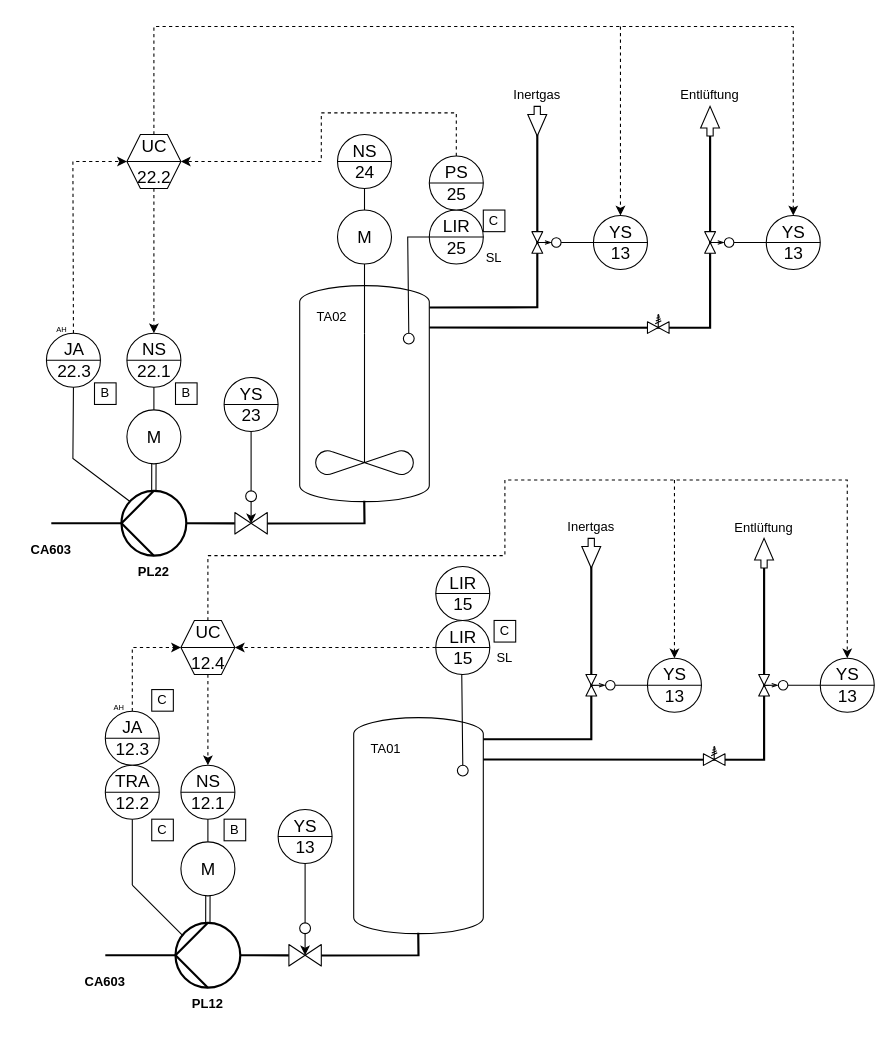
This is tanks.drawio from sid115/pltp-ri, a draw.io file, before an edit. Source tidied: cells renumbered, new cells numbered last; positions are measured from the earlier drawing's top-left corner, leaving out a move shared by most shapes. Both pictures are drawn from the tidied source at 108%, with x=0, y=0 at pixel (18, 26).
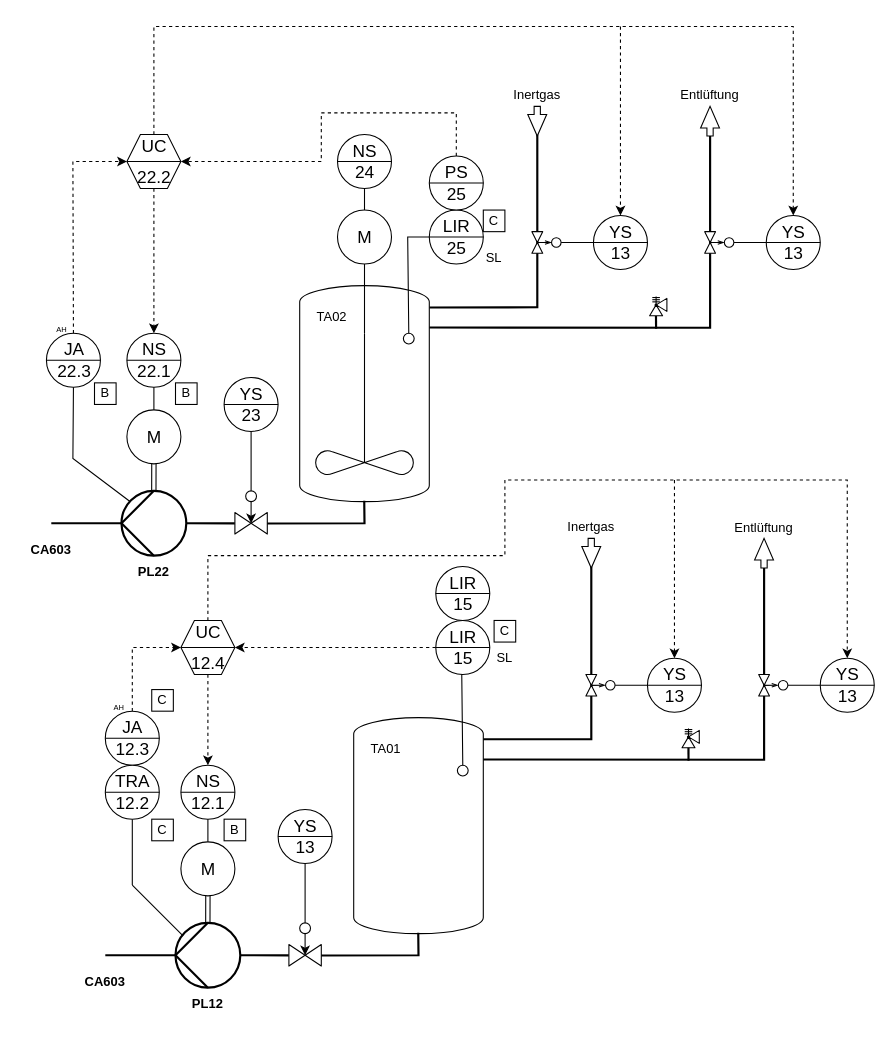
Above is the later version.

What changed in the source:
```diff
@@
-    <mxCell id="86" style="verticalLabelPosition=bottom;align=center;html=1;verticalAlign=top;dashed=0;shape=mxgraph.pid2valves.valve;valveType=gate;actuator=spring;" parent="1" vertex="1">
-      <mxGeometry x="633.8" y="666.2" width="20" height="18" as="geometry" />
-    </mxCell>
@@
-    <mxCell id="91" style="verticalLabelPosition=bottom;align=center;html=1;verticalAlign=top;dashed=0;shape=mxgraph.pid2valves.valve;valveType=gate;actuator=spring;" parent="1" vertex="1">
-      <mxGeometry x="582" y="266.2" width="20" height="18" as="geometry" />
-    </mxCell>
@@
+    <mxCell id="118" style="group;" parent="1" vertex="1">
+      <mxGeometry x="580" y="250" width="20" height="17.8" as="geometry" />
+    </mxCell>
+    <mxCell id="119" style="verticalLabelPosition=bottom;align=center;html=1;verticalAlign=top;dashed=0;shape=mxgraph.pid2valves.valve;valveType=angle;actuator=none;" parent="118" vertex="1">
+      <mxGeometry y="1.8" width="20" height="16" as="geometry" />
+    </mxCell>
+    <mxCell id="120" style="ellipse;whiteSpace=wrap;html=1;fillColor=#000000;gradientColor=default;" parent="118" vertex="1">
+      <mxGeometry x="9" y="7" width="2" height="2" as="geometry" />
+    </mxCell>
+    <mxCell id="121" style="endArrow=none;html=1;rounded=0;exitX=0.5;exitY=0;exitDx=0;exitDy=0;" parent="118" edge="1" source="120">
+      <mxGeometry relative="1" as="geometry">
+        <mxPoint x="10" as="targetPoint" />
+      </mxGeometry>
+    </mxCell>
+    <mxCell id="122" style="endArrow=none;html=1;rounded=0;" parent="118" edge="1">
+      <mxGeometry relative="1" as="geometry">
+        <mxPoint x="6.5" y="5" as="sourcePoint" />
+        <mxPoint x="13.5" y="5" as="targetPoint" />
+      </mxGeometry>
+    </mxCell>
+    <mxCell id="123" style="endArrow=none;html=1;rounded=0;" parent="118" edge="1">
+      <mxGeometry relative="1" as="geometry">
+        <mxPoint x="6.5" y="3" as="sourcePoint" />
+        <mxPoint x="13.5" y="3" as="targetPoint" />
+      </mxGeometry>
+    </mxCell>
+    <mxCell id="124" style="endArrow=none;html=1;rounded=0;" parent="118" edge="1">
+      <mxGeometry relative="1" as="geometry">
+        <mxPoint x="6.5" y="1" as="sourcePoint" />
+        <mxPoint x="13.5" y="1" as="targetPoint" />
+      </mxGeometry>
+    </mxCell>
+    <mxCell id="125" style="endArrow=none;html=1;rounded=0;entryX=0.494;entryY=1.014;entryDx=0;entryDy=0;entryPerimeter=0;strokeWidth=2;" parent="1" edge="1" target="119">
+      <mxGeometry relative="1" as="geometry">
+        <mxPoint x="590" y="280" as="sourcePoint" />
+      </mxGeometry>
+    </mxCell>
+    <mxCell id="126" style="group;" parent="1" vertex="1">
+      <mxGeometry x="610" y="650" width="20" height="17.8" as="geometry" />
+    </mxCell>
+    <mxCell id="127" style="verticalLabelPosition=bottom;align=center;html=1;verticalAlign=top;dashed=0;shape=mxgraph.pid2valves.valve;valveType=angle;actuator=none;" parent="126" vertex="1">
+      <mxGeometry y="1.8" width="20" height="16" as="geometry" />
+    </mxCell>
+    <mxCell id="128" style="ellipse;whiteSpace=wrap;html=1;fillColor=#000000;gradientColor=default;" parent="126" vertex="1">
+      <mxGeometry x="9" y="7" width="2" height="2" as="geometry" />
+    </mxCell>
+    <mxCell id="129" style="endArrow=none;html=1;rounded=0;exitX=0.5;exitY=0;exitDx=0;exitDy=0;" parent="126" edge="1" source="128">
+      <mxGeometry relative="1" as="geometry">
+        <mxPoint x="10" as="targetPoint" />
+      </mxGeometry>
+    </mxCell>
+    <mxCell id="130" style="endArrow=none;html=1;rounded=0;" parent="126" edge="1">
+      <mxGeometry relative="1" as="geometry">
+        <mxPoint x="6.5" y="5" as="sourcePoint" />
+        <mxPoint x="13.5" y="5" as="targetPoint" />
+      </mxGeometry>
+    </mxCell>
+    <mxCell id="131" style="endArrow=none;html=1;rounded=0;" parent="126" edge="1">
+      <mxGeometry relative="1" as="geometry">
+        <mxPoint x="6.5" y="3" as="sourcePoint" />
+        <mxPoint x="13.5" y="3" as="targetPoint" />
+      </mxGeometry>
+    </mxCell>
+    <mxCell id="132" style="endArrow=none;html=1;rounded=0;" parent="126" edge="1">
+      <mxGeometry relative="1" as="geometry">
+        <mxPoint x="6.5" y="1" as="sourcePoint" />
+        <mxPoint x="13.5" y="1" as="targetPoint" />
+      </mxGeometry>
+    </mxCell>
+    <mxCell id="133" style="endArrow=none;html=1;rounded=0;entryX=0.499;entryY=1;entryDx=0;entryDy=0;entryPerimeter=0;strokeWidth=2;" parent="1" edge="1" target="127">
+      <mxGeometry relative="1" as="geometry">
+        <mxPoint x="620" y="680" as="sourcePoint" />
+      </mxGeometry>
+    </mxCell>
```
